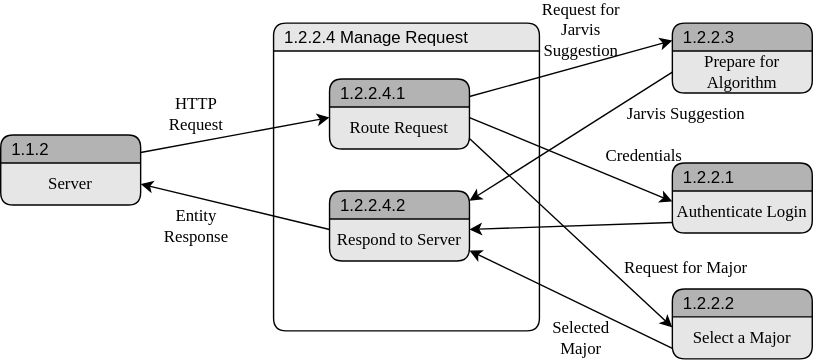
Above: Logic/TeamTwoFiles/ManageRequestDFD.drawio.svg in MckennahPalmer/CSE430 (draw.io), before the change. Source tidied: cells renumbered, new cells last; positions are measured from the earlier drawing's top-left corner, leaving out a move shared by most shapes.
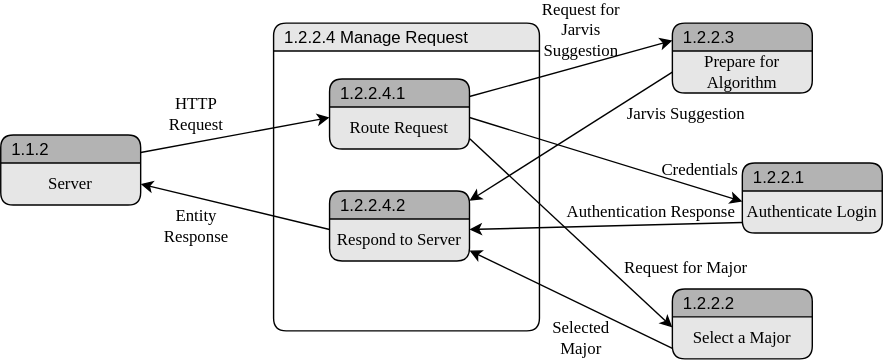
After the change.

Commit message:
Added Missing Authentication Response

Change to the diagram source:
```diff
@@ -36,7 +36,7 @@
       <mxGeometry y="20" width="100" height="30" as="geometry" />
     </mxCell>
     <mxCell id="13" value="1.2.2.1" style="swimlane;fontStyle=0;horizontal=1;startSize=20;fillColor=#B3B3B3;swimlaneFillColor=#E6E6E6;rounded=1;strokeColor=default;align=left;verticalAlign=middle;fontFamily=Helvetica;fontSize=12;fontColor=default;spacingLeft=6;shadow=0;" parent="1" vertex="1">
-      <mxGeometry x="480" y="110" width="100" height="50" as="geometry" />
+      <mxGeometry x="530" y="110" width="100" height="50" as="geometry" />
     </mxCell>
     <mxCell id="14" value="&lt;font face=&quot;Times New Roman&quot;&gt;Authenticate Login&lt;/font&gt;" style="text;html=1;strokeColor=none;fillColor=none;align=center;verticalAlign=middle;whiteSpace=wrap;rounded=0;fontSize=12;fontFamily=Helvetica;fontColor=default;" parent="13" vertex="1">
       <mxGeometry y="20" width="100" height="30" as="geometry" />
@@ -75,7 +75,7 @@
       <mxGeometry x="385" width="60" height="30" as="geometry" />
     </mxCell>
     <mxCell id="26" value="&lt;font face=&quot;Times New Roman&quot;&gt;Credentials&lt;/font&gt;" style="text;html=1;align=center;verticalAlign=middle;whiteSpace=wrap;rounded=0;" parent="1" vertex="1">
-      <mxGeometry x="430" y="90" width="60" height="30" as="geometry" />
+      <mxGeometry x="470" y="100" width="60" height="30" as="geometry" />
     </mxCell>
     <mxCell id="27" value="&lt;font face=&quot;Times New Roman&quot;&gt;Request for Major&lt;br&gt;&lt;/font&gt;" style="text;html=1;align=center;verticalAlign=middle;whiteSpace=wrap;rounded=0;" parent="1" vertex="1">
       <mxGeometry x="430" y="170" width="120" height="30" as="geometry" />
@@ -86,5 +86,8 @@
     <mxCell id="29" value="&lt;font face=&quot;Times New Roman&quot;&gt;Selected Major&lt;br&gt;&lt;/font&gt;" style="text;html=1;align=center;verticalAlign=middle;whiteSpace=wrap;rounded=0;" parent="1" vertex="1">
       <mxGeometry x="385" y="220" width="60" height="30" as="geometry" />
     </mxCell>
+    <mxCell id="30" value="&lt;font face=&quot;Times New Roman&quot;&gt;Authentication Response&lt;br&gt;&lt;/font&gt;" style="text;html=1;align=center;verticalAlign=middle;whiteSpace=wrap;rounded=0;" parent="1" vertex="1">
+      <mxGeometry x="400" y="130" width="130" height="30" as="geometry" />
+    </mxCell>
   </root>
 </mxGraphModel>
```
